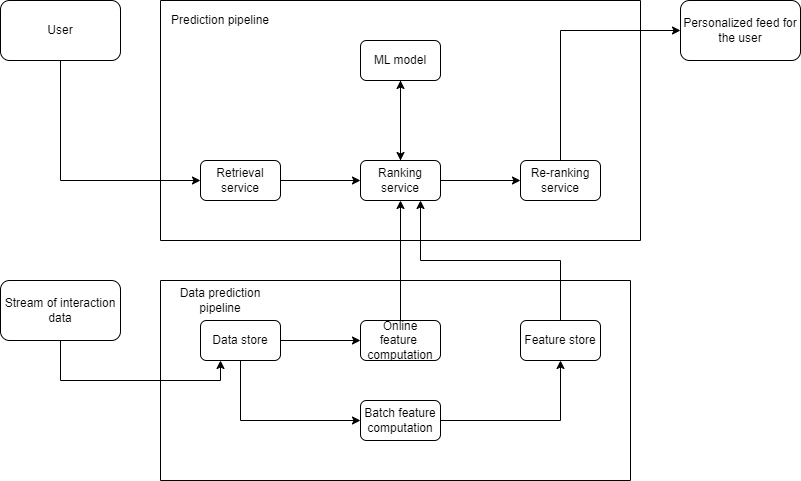
Above: machine-learning/image/machine-learning-system-design-1/personalized-newsfeed-2.png in riehseun/riehseun.github.io (draw.io), before the change. Source tidied: cells renumbered, new cells last; positions are measured from the earlier drawing's top-left corner, leaving out a move shared by most shapes. Source of this version:
```xml
<mxGraphModel>
  <root>
    <mxCell id="0" />
    <mxCell id="1" parent="0" />
    <mxCell id="2" style="swimlane;startSize=0;" parent="1" vertex="1">
      <mxGeometry x="160" width="480" height="240" as="geometry" />
    </mxCell>
    <mxCell id="3" style="edgeStyle=orthogonalEdgeStyle;rounded=0;jettySize=auto;html=1;exitX=1;exitY=0.5;exitDx=0;exitDy=0;entryX=0;entryY=0.5;entryDx=0;entryDy=0;" parent="2" edge="1" source="4" target="7">
      <mxGeometry relative="1" as="geometry" />
    </mxCell>
    <mxCell id="4" value="Retrieval service" style="rounded=1;whiteSpace=wrap;html=1;" parent="2" vertex="1">
      <mxGeometry x="40" y="160" width="80" height="40" as="geometry" />
    </mxCell>
    <mxCell id="5" style="edgeStyle=orthogonalEdgeStyle;rounded=0;jettySize=auto;html=1;exitX=1;exitY=0.5;exitDx=0;exitDy=0;entryX=0;entryY=0.5;entryDx=0;entryDy=0;" parent="2" edge="1" source="7" target="8">
      <mxGeometry relative="1" as="geometry" />
    </mxCell>
    <mxCell id="6" style="edgeStyle=orthogonalEdgeStyle;rounded=0;jettySize=auto;html=1;exitX=0.5;exitY=0;exitDx=0;exitDy=0;" parent="2" edge="1" source="7" target="10">
      <mxGeometry relative="1" as="geometry" />
    </mxCell>
    <mxCell id="7" value="Ranking service" style="rounded=1;whiteSpace=wrap;html=1;" parent="2" vertex="1">
      <mxGeometry x="200" y="160" width="80" height="40" as="geometry" />
    </mxCell>
    <mxCell id="8" value="Re-ranking service" style="rounded=1;whiteSpace=wrap;html=1;" parent="2" vertex="1">
      <mxGeometry x="360" y="160" width="80" height="40" as="geometry" />
    </mxCell>
    <mxCell id="9" style="edgeStyle=orthogonalEdgeStyle;rounded=0;jettySize=auto;html=1;exitX=0.5;exitY=1;exitDx=0;exitDy=0;" parent="2" edge="1" source="10" target="7">
      <mxGeometry relative="1" as="geometry" />
    </mxCell>
    <mxCell id="10" value="ML model" style="rounded=1;whiteSpace=wrap;html=1;" parent="2" vertex="1">
      <mxGeometry x="200" y="40" width="80" height="40" as="geometry" />
    </mxCell>
    <mxCell id="11" value="Prediction pipeline" style="text;html=1;align=center;verticalAlign=middle;whiteSpace=wrap;rounded=0;" parent="2" vertex="1">
      <mxGeometry width="120" height="40" as="geometry" />
    </mxCell>
    <mxCell id="12" style="edgeStyle=orthogonalEdgeStyle;rounded=0;jettySize=auto;html=1;exitX=0.5;exitY=1;exitDx=0;exitDy=0;entryX=0;entryY=0.5;entryDx=0;entryDy=0;" parent="1" edge="1" source="13" target="4">
      <mxGeometry relative="1" as="geometry" />
    </mxCell>
    <mxCell id="13" value="User" style="rounded=1;whiteSpace=wrap;html=1;" parent="1" vertex="1">
      <mxGeometry width="120" height="60" as="geometry" />
    </mxCell>
    <mxCell id="14" value="Personalized feed for the user" style="rounded=1;whiteSpace=wrap;html=1;" parent="1" vertex="1">
      <mxGeometry x="680" width="120" height="60" as="geometry" />
    </mxCell>
    <mxCell id="15" style="edgeStyle=orthogonalEdgeStyle;rounded=0;jettySize=auto;html=1;exitX=0.5;exitY=0;exitDx=0;exitDy=0;entryX=0;entryY=0.5;entryDx=0;entryDy=0;" parent="1" edge="1" source="8" target="14">
      <mxGeometry relative="1" as="geometry" />
    </mxCell>
    <mxCell id="16" style="swimlane;startSize=0;" parent="1" vertex="1">
      <mxGeometry x="160" y="280" width="470" height="200" as="geometry" />
    </mxCell>
    <mxCell id="17" style="edgeStyle=orthogonalEdgeStyle;rounded=0;jettySize=auto;html=1;exitX=1;exitY=0.5;exitDx=0;exitDy=0;entryX=0;entryY=0.5;entryDx=0;entryDy=0;" parent="16" edge="1" source="19" target="20">
      <mxGeometry relative="1" as="geometry" />
    </mxCell>
    <mxCell id="18" style="edgeStyle=orthogonalEdgeStyle;rounded=0;jettySize=auto;html=1;exitX=0.5;exitY=1;exitDx=0;exitDy=0;entryX=0;entryY=0.5;entryDx=0;entryDy=0;" parent="16" edge="1" source="19" target="23">
      <mxGeometry relative="1" as="geometry" />
    </mxCell>
    <mxCell id="19" value="Data store" style="rounded=1;whiteSpace=wrap;html=1;" parent="16" vertex="1">
      <mxGeometry x="40" y="40" width="80" height="40" as="geometry" />
    </mxCell>
    <mxCell id="20" value="Online feature&amp;nbsp; computation" style="rounded=1;whiteSpace=wrap;html=1;" parent="16" vertex="1">
      <mxGeometry x="200" y="40" width="80" height="40" as="geometry" />
    </mxCell>
    <mxCell id="21" value="Feature store" style="rounded=1;whiteSpace=wrap;html=1;" parent="16" vertex="1">
      <mxGeometry x="360" y="40" width="80" height="40" as="geometry" />
    </mxCell>
    <mxCell id="22" style="edgeStyle=orthogonalEdgeStyle;rounded=0;jettySize=auto;html=1;exitX=1;exitY=0.5;exitDx=0;exitDy=0;" parent="16" edge="1" source="23" target="21">
      <mxGeometry relative="1" as="geometry" />
    </mxCell>
    <mxCell id="23" value="Batch feature computation" style="rounded=1;whiteSpace=wrap;html=1;" parent="16" vertex="1">
      <mxGeometry x="200" y="120" width="80" height="40" as="geometry" />
    </mxCell>
    <mxCell id="24" value="Data prediction pipeline" style="text;html=1;align=center;verticalAlign=middle;whiteSpace=wrap;rounded=0;" parent="16" vertex="1">
      <mxGeometry width="120" height="40" as="geometry" />
    </mxCell>
    <mxCell id="25" style="edgeStyle=orthogonalEdgeStyle;rounded=0;jettySize=auto;html=1;exitX=0.5;exitY=1;exitDx=0;exitDy=0;entryX=0.25;entryY=1;entryDx=0;entryDy=0;" parent="1" edge="1" source="26" target="19">
      <mxGeometry relative="1" as="geometry" />
    </mxCell>
    <mxCell id="26" value="Stream of interaction data" style="rounded=1;whiteSpace=wrap;html=1;" parent="1" vertex="1">
      <mxGeometry y="280" width="120" height="60" as="geometry" />
    </mxCell>
    <mxCell id="27" style="edgeStyle=orthogonalEdgeStyle;rounded=0;jettySize=auto;html=1;exitX=0.5;exitY=0;exitDx=0;exitDy=0;" parent="1" edge="1" source="20" target="7">
      <mxGeometry relative="1" as="geometry" />
    </mxCell>
    <mxCell id="28" style="edgeStyle=orthogonalEdgeStyle;rounded=0;jettySize=auto;html=1;exitX=0.5;exitY=0;exitDx=0;exitDy=0;entryX=0.75;entryY=1;entryDx=0;entryDy=0;" parent="1" edge="1" source="21" target="7">
      <mxGeometry relative="1" as="geometry" />
    </mxCell>
  </root>
</mxGraphModel>
```
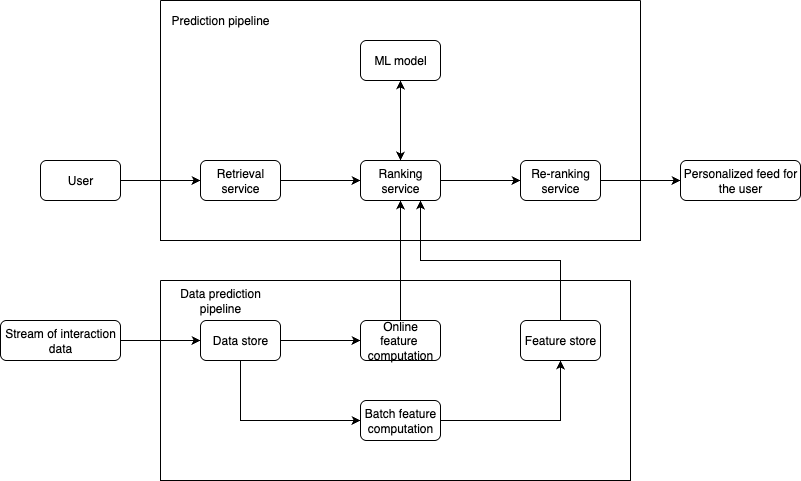
After the change.

The edit, as a diff of the source:
```diff
@@ -32,18 +32,15 @@
     <mxCell id="11" value="Prediction pipeline" style="text;html=1;align=center;verticalAlign=middle;whiteSpace=wrap;rounded=0;" parent="2" vertex="1">
       <mxGeometry width="120" height="40" as="geometry" />
     </mxCell>
-    <mxCell id="12" style="edgeStyle=orthogonalEdgeStyle;rounded=0;jettySize=auto;html=1;exitX=0.5;exitY=1;exitDx=0;exitDy=0;entryX=0;entryY=0.5;entryDx=0;entryDy=0;" parent="1" edge="1" source="13" target="4">
+    <mxCell id="12" style="edgeStyle=orthogonalEdgeStyle;rounded=0;jettySize=auto;html=1;exitX=1;exitY=0.5;exitDx=0;exitDy=0;entryX=0;entryY=0.5;entryDx=0;entryDy=0;" parent="1" edge="1" source="13" target="4">
       <mxGeometry relative="1" as="geometry" />
     </mxCell>
     <mxCell id="13" value="User" style="rounded=1;whiteSpace=wrap;html=1;" parent="1" vertex="1">
-      <mxGeometry width="120" height="60" as="geometry" />
+      <mxGeometry x="40" y="160" width="80" height="40" as="geometry" />
     </mxCell>
     <mxCell id="14" value="Personalized feed for the user" style="rounded=1;whiteSpace=wrap;html=1;" parent="1" vertex="1">
-      <mxGeometry x="680" width="120" height="60" as="geometry" />
+      <mxGeometry x="680" y="160" width="120" height="40" as="geometry" />
     </mxCell>
-    <mxCell id="15" style="edgeStyle=orthogonalEdgeStyle;rounded=0;jettySize=auto;html=1;exitX=0.5;exitY=0;exitDx=0;exitDy=0;entryX=0;entryY=0.5;entryDx=0;entryDy=0;" parent="1" edge="1" source="8" target="14">
-      <mxGeometry relative="1" as="geometry" />
-    </mxCell>
     <mxCell id="16" style="swimlane;startSize=0;" parent="1" vertex="1">
       <mxGeometry x="160" y="280" width="470" height="200" as="geometry" />
     </mxCell>
@@ -71,11 +68,11 @@
     <mxCell id="24" value="Data prediction pipeline" style="text;html=1;align=center;verticalAlign=middle;whiteSpace=wrap;rounded=0;" parent="16" vertex="1">
       <mxGeometry width="120" height="40" as="geometry" />
     </mxCell>
-    <mxCell id="25" style="edgeStyle=orthogonalEdgeStyle;rounded=0;jettySize=auto;html=1;exitX=0.5;exitY=1;exitDx=0;exitDy=0;entryX=0.25;entryY=1;entryDx=0;entryDy=0;" parent="1" edge="1" source="26" target="19">
+    <mxCell id="25" style="edgeStyle=orthogonalEdgeStyle;rounded=0;jettySize=auto;html=1;exitX=1;exitY=0.5;exitDx=0;exitDy=0;entryX=0;entryY=0.5;entryDx=0;entryDy=0;" parent="1" edge="1" source="26" target="19">
       <mxGeometry relative="1" as="geometry" />
     </mxCell>
     <mxCell id="26" value="Stream of interaction data" style="rounded=1;whiteSpace=wrap;html=1;" parent="1" vertex="1">
-      <mxGeometry y="280" width="120" height="60" as="geometry" />
+      <mxGeometry y="320" width="120" height="40" as="geometry" />
     </mxCell>
     <mxCell id="27" style="edgeStyle=orthogonalEdgeStyle;rounded=0;jettySize=auto;html=1;exitX=0.5;exitY=0;exitDx=0;exitDy=0;" parent="1" edge="1" source="20" target="7">
       <mxGeometry relative="1" as="geometry" />
@@ -83,5 +80,8 @@
     <mxCell id="28" style="edgeStyle=orthogonalEdgeStyle;rounded=0;jettySize=auto;html=1;exitX=0.5;exitY=0;exitDx=0;exitDy=0;entryX=0.75;entryY=1;entryDx=0;entryDy=0;" parent="1" edge="1" source="21" target="7">
       <mxGeometry relative="1" as="geometry" />
     </mxCell>
+    <mxCell id="15" style="edgeStyle=orthogonalEdgeStyle;rounded=0;jettySize=auto;html=1;exitX=1;exitY=0.5;exitDx=0;exitDy=0;entryX=0;entryY=0.5;entryDx=0;entryDy=0;" parent="1" edge="1" source="8" target="14">
+      <mxGeometry relative="1" as="geometry" />
+    </mxCell>
   </root>
 </mxGraphModel>
```
